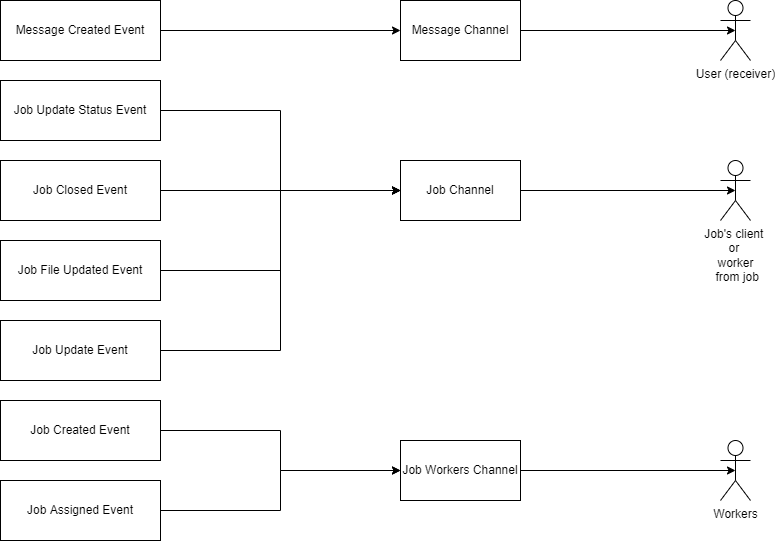
Above: assets/figures/ws-conception-notifications.drawio.png in alecberney/TB_Report (draw.io), before the change. Source tidied: cells renumbered, new cells last; positions are measured from the earlier drawing's top-left corner, leaving out a move shared by most shapes. Source of this version:
```xml
<mxGraphModel>
  <root>
    <mxCell id="0" />
    <mxCell id="1" parent="0" />
    <mxCell id="2" style="edgeStyle=orthogonalEdgeStyle;rounded=0;jettySize=auto;html=1;exitX=1;exitY=0.5;exitDx=0;exitDy=0;entryX=0.5;entryY=0.5;entryDx=0;entryDy=0;entryPerimeter=0;" parent="1" edge="1" source="3" target="10">
      <mxGeometry relative="1" as="geometry" />
    </mxCell>
    <mxCell id="3" value="Message Channel" style="rounded=0;whiteSpace=wrap;html=1;fillColor=default;strokeColor=#000000;" parent="1" vertex="1">
      <mxGeometry x="400" width="120" height="60" as="geometry" />
    </mxCell>
    <mxCell id="4" style="edgeStyle=orthogonalEdgeStyle;rounded=0;jettySize=auto;html=1;exitX=1;exitY=0.5;exitDx=0;exitDy=0;entryX=0.5;entryY=0.5;entryDx=0;entryDy=0;entryPerimeter=0;" parent="1" edge="1" source="5" target="11">
      <mxGeometry relative="1" as="geometry" />
    </mxCell>
    <mxCell id="5" value="Job Channel" style="rounded=0;whiteSpace=wrap;html=1;fillColor=default;strokeColor=#000000;" parent="1" vertex="1">
      <mxGeometry x="400" y="160" width="120" height="60" as="geometry" />
    </mxCell>
    <mxCell id="6" style="edgeStyle=orthogonalEdgeStyle;rounded=0;jettySize=auto;html=1;exitX=1;exitY=0.5;exitDx=0;exitDy=0;entryX=0;entryY=0.5;entryDx=0;entryDy=0;" parent="1" edge="1" source="7" target="3">
      <mxGeometry relative="1" as="geometry" />
    </mxCell>
    <mxCell id="7" value="Message Created Event" style="rounded=0;whiteSpace=wrap;html=1;fillColor=none;strokeColor=#000000;strokeWidth=1;" parent="1" vertex="1">
      <mxGeometry width="160" height="60" as="geometry" />
    </mxCell>
    <mxCell id="8" style="edgeStyle=orthogonalEdgeStyle;rounded=0;jettySize=auto;html=1;exitX=1;exitY=0.5;exitDx=0;exitDy=0;entryX=0;entryY=0.5;entryDx=0;entryDy=0;" parent="1" edge="1" source="9" target="22">
      <mxGeometry relative="1" as="geometry" />
    </mxCell>
    <mxCell id="9" value="Job Created Event" style="rounded=0;whiteSpace=wrap;html=1;fillColor=none;strokeColor=#000000;strokeWidth=1;" parent="1" vertex="1">
      <mxGeometry y="400" width="160" height="60" as="geometry" />
    </mxCell>
    <mxCell id="10" value="User (receiver)" style="shape=umlActor;verticalLabelPosition=bottom;verticalAlign=top;html=1;outlineConnect=0;fillColor=none;strokeColor=#000000;" parent="1" vertex="1">
      <mxGeometry x="720" width="30" height="60" as="geometry" />
    </mxCell>
    <mxCell id="11" value="Job's client &lt;br&gt;or &lt;br&gt;worker&lt;br&gt;&amp;nbsp;from job" style="shape=umlActor;verticalLabelPosition=bottom;verticalAlign=top;html=1;outlineConnect=0;fillColor=none;strokeColor=#000000;" parent="1" vertex="1">
      <mxGeometry x="720" y="160" width="30" height="60" as="geometry" />
    </mxCell>
    <mxCell id="12" style="edgeStyle=orthogonalEdgeStyle;rounded=0;jettySize=auto;html=1;exitX=1;exitY=0.5;exitDx=0;exitDy=0;entryX=0;entryY=0.5;entryDx=0;entryDy=0;" parent="1" edge="1" source="13" target="22">
      <mxGeometry relative="1" as="geometry" />
    </mxCell>
    <mxCell id="13" value="Job Assigned Event" style="rounded=0;whiteSpace=wrap;html=1;fillColor=none;strokeColor=#000000;strokeWidth=1;" parent="1" vertex="1">
      <mxGeometry y="480" width="160" height="60" as="geometry" />
    </mxCell>
    <mxCell id="14" style="edgeStyle=orthogonalEdgeStyle;rounded=0;jettySize=auto;html=1;exitX=1;exitY=0.5;exitDx=0;exitDy=0;entryX=0;entryY=0.5;entryDx=0;entryDy=0;" parent="1" edge="1" source="15" target="5">
      <mxGeometry relative="1" as="geometry" />
    </mxCell>
    <mxCell id="15" value="Job Terminated Event" style="rounded=0;whiteSpace=wrap;html=1;fillColor=none;strokeColor=#000000;strokeWidth=1;" parent="1" vertex="1">
      <mxGeometry y="160" width="160" height="60" as="geometry" />
    </mxCell>
    <mxCell id="16" style="edgeStyle=orthogonalEdgeStyle;rounded=0;jettySize=auto;html=1;exitX=1;exitY=0.5;exitDx=0;exitDy=0;entryX=0;entryY=0.5;entryDx=0;entryDy=0;" parent="1" edge="1" source="17" target="5">
      <mxGeometry relative="1" as="geometry" />
    </mxCell>
    <mxCell id="17" value="Job Update Status Event" style="rounded=0;whiteSpace=wrap;html=1;fillColor=none;strokeColor=#000000;strokeWidth=1;" parent="1" vertex="1">
      <mxGeometry y="80" width="160" height="60" as="geometry" />
    </mxCell>
    <mxCell id="18" style="edgeStyle=orthogonalEdgeStyle;rounded=0;jettySize=auto;html=1;exitX=1;exitY=0.5;exitDx=0;exitDy=0;entryX=0;entryY=0.5;entryDx=0;entryDy=0;" parent="1" edge="1" source="19" target="5">
      <mxGeometry relative="1" as="geometry" />
    </mxCell>
    <mxCell id="19" value="Job File Updated Event" style="rounded=0;whiteSpace=wrap;html=1;fillColor=none;strokeColor=#000000;strokeWidth=1;" parent="1" vertex="1">
      <mxGeometry y="240" width="160" height="60" as="geometry" />
    </mxCell>
    <mxCell id="20" value="Workers" style="shape=umlActor;verticalLabelPosition=bottom;verticalAlign=top;html=1;outlineConnect=0;fillColor=none;strokeColor=#000000;" parent="1" vertex="1">
      <mxGeometry x="720" y="440" width="30" height="60" as="geometry" />
    </mxCell>
    <mxCell id="21" style="edgeStyle=orthogonalEdgeStyle;rounded=0;jettySize=auto;html=1;exitX=1;exitY=0.5;exitDx=0;exitDy=0;entryX=0.5;entryY=0.5;entryDx=0;entryDy=0;entryPerimeter=0;" parent="1" edge="1" source="22" target="20">
      <mxGeometry relative="1" as="geometry" />
    </mxCell>
    <mxCell id="22" value="Job Workers Channel" style="rounded=0;whiteSpace=wrap;html=1;fillColor=default;strokeColor=#000000;" parent="1" vertex="1">
      <mxGeometry x="400" y="440" width="120" height="60" as="geometry" />
    </mxCell>
    <mxCell id="23" value="Job Update Event" style="rounded=0;whiteSpace=wrap;html=1;fillColor=none;strokeColor=#000000;strokeWidth=1;" parent="1" vertex="1">
      <mxGeometry y="320" width="160" height="60" as="geometry" />
    </mxCell>
    <mxCell id="24" style="endArrow=classic;html=1;rounded=0;entryX=0;entryY=0.5;entryDx=0;entryDy=0;exitX=1;exitY=0.5;exitDx=0;exitDy=0;" parent="1" edge="1" source="23" target="5">
      <mxGeometry relative="1" as="geometry">
        <Array as="points">
          <mxPoint x="280" y="350" />
          <mxPoint x="280" y="190" />
        </Array>
      </mxGeometry>
    </mxCell>
    <mxCell id="25" value="Message Created Event" style="rounded=0;whiteSpace=wrap;html=1;fillColor=none;strokeColor=#000000;strokeWidth=1;" parent="1" vertex="1">
      <mxGeometry width="160" height="60" as="geometry" />
    </mxCell>
    <mxCell id="26" value="Job Update Status Event" style="rounded=0;whiteSpace=wrap;html=1;fillColor=none;strokeColor=#000000;strokeWidth=1;" parent="1" vertex="1">
      <mxGeometry y="80" width="160" height="60" as="geometry" />
    </mxCell>
    <mxCell id="27" value="Job Terminated Event" style="rounded=0;whiteSpace=wrap;html=1;fillColor=none;strokeColor=#000000;strokeWidth=1;" parent="1" vertex="1">
      <mxGeometry y="160" width="160" height="60" as="geometry" />
    </mxCell>
    <mxCell id="28" value="Job File Updated Event" style="rounded=0;whiteSpace=wrap;html=1;fillColor=none;strokeColor=#000000;strokeWidth=1;" parent="1" vertex="1">
      <mxGeometry y="240" width="160" height="60" as="geometry" />
    </mxCell>
    <mxCell id="29" value="Job Update Event" style="rounded=0;whiteSpace=wrap;html=1;fillColor=none;strokeColor=#000000;strokeWidth=1;" parent="1" vertex="1">
      <mxGeometry y="320" width="160" height="60" as="geometry" />
    </mxCell>
    <mxCell id="30" value="Message Created Event" style="rounded=0;whiteSpace=wrap;html=1;fillColor=default;strokeColor=#000000;strokeWidth=1;" parent="1" vertex="1">
      <mxGeometry width="160" height="60" as="geometry" />
    </mxCell>
    <mxCell id="31" value="Job Update Status Event" style="rounded=0;whiteSpace=wrap;html=1;fillColor=default;strokeColor=#000000;strokeWidth=1;" parent="1" vertex="1">
      <mxGeometry y="80" width="160" height="60" as="geometry" />
    </mxCell>
    <mxCell id="32" value="Job Closed Event" style="rounded=0;whiteSpace=wrap;html=1;fillColor=default;strokeColor=#000000;strokeWidth=1;" parent="1" vertex="1">
      <mxGeometry y="160" width="160" height="60" as="geometry" />
    </mxCell>
    <mxCell id="33" value="Job File Updated Event" style="rounded=0;whiteSpace=wrap;html=1;fillColor=default;strokeColor=#000000;strokeWidth=1;" parent="1" vertex="1">
      <mxGeometry y="240" width="160" height="60" as="geometry" />
    </mxCell>
    <mxCell id="34" value="Job Update Event" style="rounded=0;whiteSpace=wrap;html=1;fillColor=default;strokeColor=#000000;strokeWidth=1;" parent="1" vertex="1">
      <mxGeometry y="320" width="160" height="60" as="geometry" />
    </mxCell>
    <mxCell id="35" value="Job Assigned Event" style="rounded=0;whiteSpace=wrap;html=1;fillColor=default;strokeColor=#000000;strokeWidth=1;" parent="1" vertex="1">
      <mxGeometry y="480" width="160" height="60" as="geometry" />
    </mxCell>
    <mxCell id="36" value="Job Created Event" style="rounded=0;whiteSpace=wrap;html=1;fillColor=default;strokeColor=#000000;strokeWidth=1;" parent="1" vertex="1">
      <mxGeometry y="400" width="160" height="60" as="geometry" />
    </mxCell>
  </root>
</mxGraphModel>
```
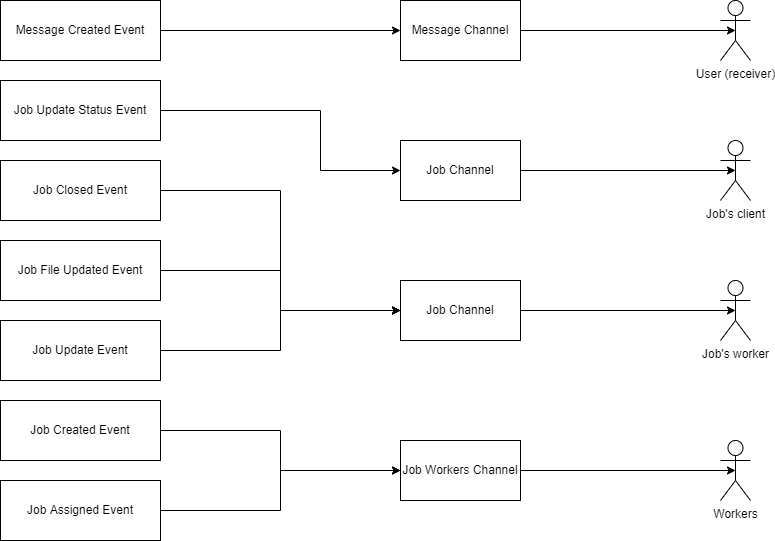
Above is the later version.

Diff of the diagram source:
```diff
@@ -8,11 +8,11 @@
     <mxCell id="3" value="Message Channel" style="rounded=0;whiteSpace=wrap;html=1;fillColor=default;strokeColor=#000000;" parent="1" vertex="1">
       <mxGeometry x="400" width="120" height="60" as="geometry" />
     </mxCell>
-    <mxCell id="4" style="edgeStyle=orthogonalEdgeStyle;rounded=0;jettySize=auto;html=1;exitX=1;exitY=0.5;exitDx=0;exitDy=0;entryX=0.5;entryY=0.5;entryDx=0;entryDy=0;entryPerimeter=0;" parent="1" edge="1" source="5" target="11">
+    <mxCell id="4" style="edgeStyle=orthogonalEdgeStyle;rounded=0;jettySize=auto;html=1;exitX=1;exitY=0.5;exitDx=0;exitDy=0;entryX=0.5;entryY=0.5;entryDx=0;entryDy=0;entryPerimeter=0;" parent="1" edge="1" source="5" target="37">
       <mxGeometry relative="1" as="geometry" />
     </mxCell>
     <mxCell id="5" value="Job Channel" style="rounded=0;whiteSpace=wrap;html=1;fillColor=default;strokeColor=#000000;" parent="1" vertex="1">
-      <mxGeometry x="400" y="160" width="120" height="60" as="geometry" />
+      <mxGeometry x="400" y="140" width="120" height="60" as="geometry" />
     </mxCell>
     <mxCell id="6" style="edgeStyle=orthogonalEdgeStyle;rounded=0;jettySize=auto;html=1;exitX=1;exitY=0.5;exitDx=0;exitDy=0;entryX=0;entryY=0.5;entryDx=0;entryDy=0;" parent="1" edge="1" source="7" target="3">
       <mxGeometry relative="1" as="geometry" />
@@ -29,8 +29,8 @@
     <mxCell id="10" value="User (receiver)" style="shape=umlActor;verticalLabelPosition=bottom;verticalAlign=top;html=1;outlineConnect=0;fillColor=none;strokeColor=#000000;" parent="1" vertex="1">
       <mxGeometry x="720" width="30" height="60" as="geometry" />
     </mxCell>
-    <mxCell id="11" value="Job's client &lt;br&gt;or &lt;br&gt;worker&lt;br&gt;&amp;nbsp;from job" style="shape=umlActor;verticalLabelPosition=bottom;verticalAlign=top;html=1;outlineConnect=0;fillColor=none;strokeColor=#000000;" parent="1" vertex="1">
-      <mxGeometry x="720" y="160" width="30" height="60" as="geometry" />
+    <mxCell id="11" value="Job's worker" style="shape=umlActor;verticalLabelPosition=bottom;verticalAlign=top;html=1;outlineConnect=0;fillColor=none;strokeColor=#000000;" parent="1" vertex="1">
+      <mxGeometry x="720" y="280" width="30" height="60" as="geometry" />
     </mxCell>
     <mxCell id="12" style="edgeStyle=orthogonalEdgeStyle;rounded=0;jettySize=auto;html=1;exitX=1;exitY=0.5;exitDx=0;exitDy=0;entryX=0;entryY=0.5;entryDx=0;entryDy=0;" parent="1" edge="1" source="13" target="22">
       <mxGeometry relative="1" as="geometry" />
@@ -38,20 +38,35 @@
     <mxCell id="13" value="Job Assigned Event" style="rounded=0;whiteSpace=wrap;html=1;fillColor=none;strokeColor=#000000;strokeWidth=1;" parent="1" vertex="1">
       <mxGeometry y="480" width="160" height="60" as="geometry" />
     </mxCell>
-    <mxCell id="14" style="edgeStyle=orthogonalEdgeStyle;rounded=0;jettySize=auto;html=1;exitX=1;exitY=0.5;exitDx=0;exitDy=0;entryX=0;entryY=0.5;entryDx=0;entryDy=0;" parent="1" edge="1" source="15" target="5">
-      <mxGeometry relative="1" as="geometry" />
+    <mxCell id="14" style="edgeStyle=orthogonalEdgeStyle;rounded=0;jettySize=auto;html=1;exitX=1;exitY=0.5;exitDx=0;exitDy=0;entryX=0;entryY=0.5;entryDx=0;entryDy=0;" parent="1" edge="1" source="15" target="39">
+      <mxGeometry relative="1" as="geometry">
+        <Array as="points">
+          <mxPoint x="280" y="190" />
+          <mxPoint x="280" y="310" />
+        </Array>
+      </mxGeometry>
     </mxCell>
     <mxCell id="15" value="Job Terminated Event" style="rounded=0;whiteSpace=wrap;html=1;fillColor=none;strokeColor=#000000;strokeWidth=1;" parent="1" vertex="1">
       <mxGeometry y="160" width="160" height="60" as="geometry" />
     </mxCell>
     <mxCell id="16" style="edgeStyle=orthogonalEdgeStyle;rounded=0;jettySize=auto;html=1;exitX=1;exitY=0.5;exitDx=0;exitDy=0;entryX=0;entryY=0.5;entryDx=0;entryDy=0;" parent="1" edge="1" source="17" target="5">
-      <mxGeometry relative="1" as="geometry" />
+      <mxGeometry relative="1" as="geometry">
+        <Array as="points">
+          <mxPoint x="320" y="110" />
+          <mxPoint x="320" y="170" />
+        </Array>
+      </mxGeometry>
     </mxCell>
     <mxCell id="17" value="Job Update Status Event" style="rounded=0;whiteSpace=wrap;html=1;fillColor=none;strokeColor=#000000;strokeWidth=1;" parent="1" vertex="1">
       <mxGeometry y="80" width="160" height="60" as="geometry" />
     </mxCell>
-    <mxCell id="18" style="edgeStyle=orthogonalEdgeStyle;rounded=0;jettySize=auto;html=1;exitX=1;exitY=0.5;exitDx=0;exitDy=0;entryX=0;entryY=0.5;entryDx=0;entryDy=0;" parent="1" edge="1" source="19" target="5">
-      <mxGeometry relative="1" as="geometry" />
+    <mxCell id="18" style="edgeStyle=orthogonalEdgeStyle;rounded=0;jettySize=auto;html=1;exitX=1;exitY=0.5;exitDx=0;exitDy=0;entryX=0;entryY=0.5;entryDx=0;entryDy=0;" parent="1" edge="1" source="19" target="39">
+      <mxGeometry relative="1" as="geometry">
+        <Array as="points">
+          <mxPoint x="280" y="270" />
+          <mxPoint x="280" y="310" />
+        </Array>
+      </mxGeometry>
     </mxCell>
     <mxCell id="19" value="Job File Updated Event" style="rounded=0;whiteSpace=wrap;html=1;fillColor=none;strokeColor=#000000;strokeWidth=1;" parent="1" vertex="1">
       <mxGeometry y="240" width="160" height="60" as="geometry" />
@@ -68,11 +83,11 @@
     <mxCell id="23" value="Job Update Event" style="rounded=0;whiteSpace=wrap;html=1;fillColor=none;strokeColor=#000000;strokeWidth=1;" parent="1" vertex="1">
       <mxGeometry y="320" width="160" height="60" as="geometry" />
     </mxCell>
-    <mxCell id="24" style="endArrow=classic;html=1;rounded=0;entryX=0;entryY=0.5;entryDx=0;entryDy=0;exitX=1;exitY=0.5;exitDx=0;exitDy=0;" parent="1" edge="1" source="23" target="5">
+    <mxCell id="24" style="endArrow=classic;html=1;rounded=0;entryX=0;entryY=0.5;entryDx=0;entryDy=0;exitX=1;exitY=0.5;exitDx=0;exitDy=0;" parent="1" edge="1" source="23" target="39">
       <mxGeometry relative="1" as="geometry">
         <Array as="points">
           <mxPoint x="280" y="350" />
-          <mxPoint x="280" y="190" />
+          <mxPoint x="280" y="310" />
         </Array>
       </mxGeometry>
     </mxCell>
@@ -112,5 +127,14 @@
     <mxCell id="36" value="Job Created Event" style="rounded=0;whiteSpace=wrap;html=1;fillColor=default;strokeColor=#000000;strokeWidth=1;" parent="1" vertex="1">
       <mxGeometry y="400" width="160" height="60" as="geometry" />
     </mxCell>
+    <mxCell id="37" value="Job's client" style="shape=umlActor;verticalLabelPosition=bottom;verticalAlign=top;html=1;outlineConnect=0;fillColor=none;strokeColor=#000000;" parent="1" vertex="1">
+      <mxGeometry x="720" y="140" width="30" height="60" as="geometry" />
+    </mxCell>
+    <mxCell id="38" style="edgeStyle=orthogonalEdgeStyle;rounded=0;jettySize=auto;html=1;exitX=1;exitY=0.5;exitDx=0;exitDy=0;entryX=0.5;entryY=0.5;entryDx=0;entryDy=0;entryPerimeter=0;" parent="1" edge="1" source="39" target="11">
+      <mxGeometry relative="1" as="geometry" />
+    </mxCell>
+    <mxCell id="39" value="Job Channel" style="rounded=0;whiteSpace=wrap;html=1;fillColor=default;strokeColor=#000000;" parent="1" vertex="1">
+      <mxGeometry x="400" y="280" width="120" height="60" as="geometry" />
+    </mxCell>
   </root>
 </mxGraphModel>
```
